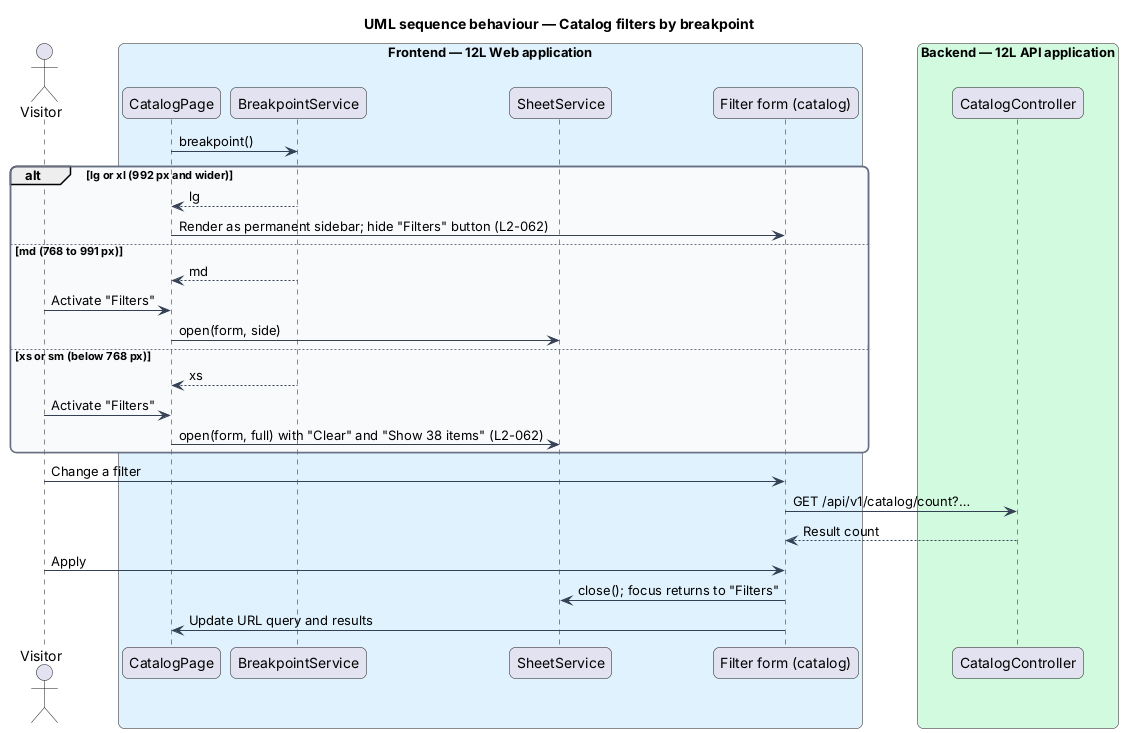
This is docs/detailed-designs/platform/responsive-accessible-shell/diagrams/sequence-filters-by-breakpoint.png from QuinntyneBrown/12l, a PlantUML export, as it was before one commit. The source it was exported from:
```plantuml
@startuml
title UML sequence behaviour — Catalog filters by breakpoint
skinparam backgroundColor #FFFFFF
skinparam shadowing false
skinparam roundcorner 12
skinparam defaultFontName Arial
skinparam ArrowColor #344054
skinparam rectangle {
  BorderColor #344054
  FontColor #101828
}
skinparam package {
  BorderColor #667085
  FontColor #101828
  BackgroundColor #F9FAFB
}
actor "Visitor" as actor
box "Frontend — 12L Web application" #E0F2FE
  participant "CatalogPage" as page
  participant "BreakpointService" as bp
  participant "SheetService" as sheet
  participant "Filter form (catalog)" as form
end box
box "Backend — 12L API application" #D1FADF
  participant "CatalogController" as api
end box
page -> bp : breakpoint()
alt lg or xl (992 px and wider)
  bp --> page : lg
  page -> form : Render as permanent sidebar; hide "Filters" button (L2-062)
else md (768 to 991 px)
  bp --> page : md
  actor -> page : Activate "Filters"
  page -> sheet : open(form, side)
else xs or sm (below 768 px)
  bp --> page : xs
  actor -> page : Activate "Filters"
  page -> sheet : open(form, full) with "Clear" and "Show 38 items" (L2-062)
end
actor -> form : Change a filter
form -> api : GET /api/v1/catalog/count?…
api --> form : Result count
actor -> form : Apply
form -> sheet : close(); focus returns to "Filters"
form -> page : Update URL query and results
@enduml
```
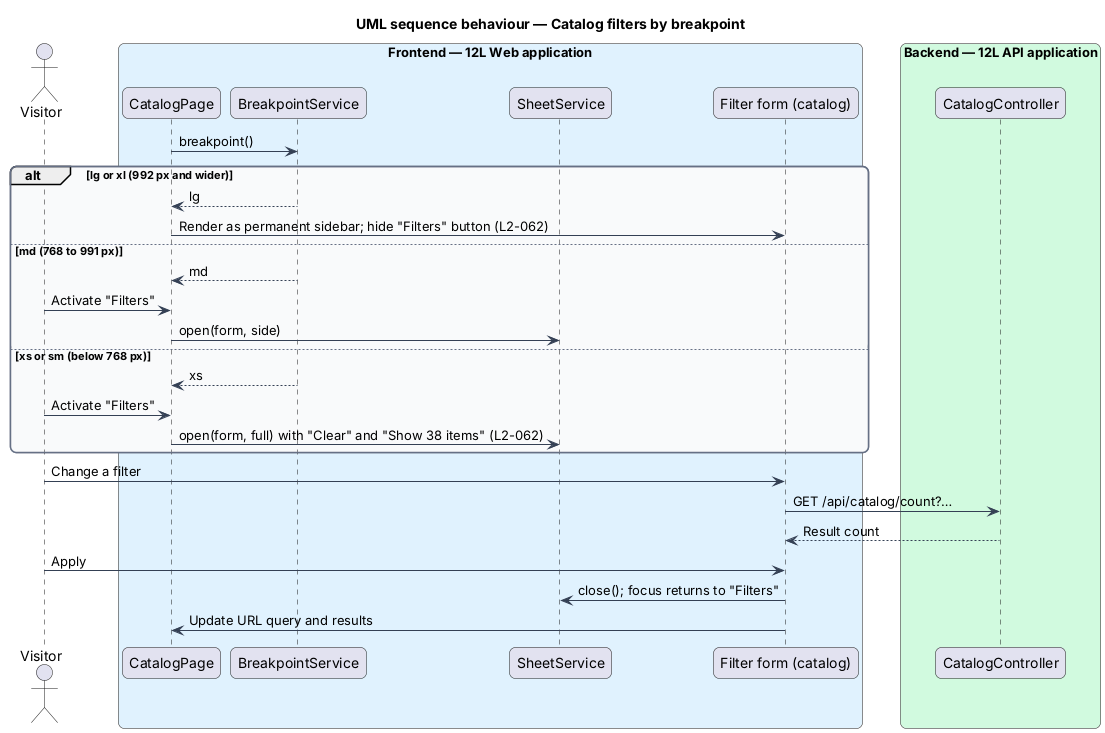
Above is the later version.

Diff of the diagram source:
```diff
@@ -38,7 +38,7 @@
   page -> sheet : open(form, full) with "Clear" and "Show 38 items" (L2-062)
 end
 actor -> form : Change a filter
-form -> api : GET /api/v1/catalog/count?…
+form -> api : GET /api/catalog/count?…
 api --> form : Result count
 actor -> form : Apply
 form -> sheet : close(); focus returns to "Filters"
```
